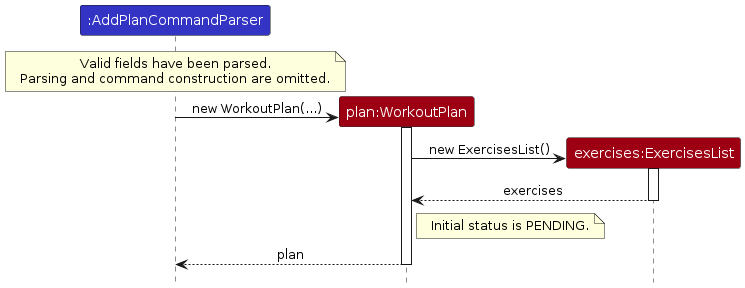
Before: diagrams/AddPlanEntityCreationSequenceDiagram.png, a diagram exported from PlantUML (AY2627S1-CS2103T-T11-4/tp). Its source is kept beside it as diagrams/AddPlanEntityCreationSequenceDiagram.puml.
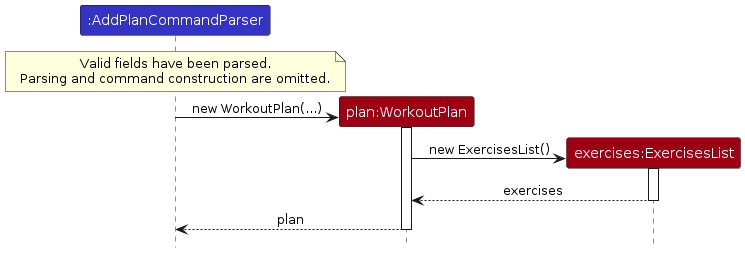
Above is the later version.

The edit, as a diff of the source:
```diff
@@ -19,7 +19,6 @@
 activate Exercises
 Exercises --> Plan : exercises
 deactivate Exercises
-note right of Plan : Initial status is PENDING.
 Plan --> Parser : plan
 deactivate Plan
 @enduml
```
